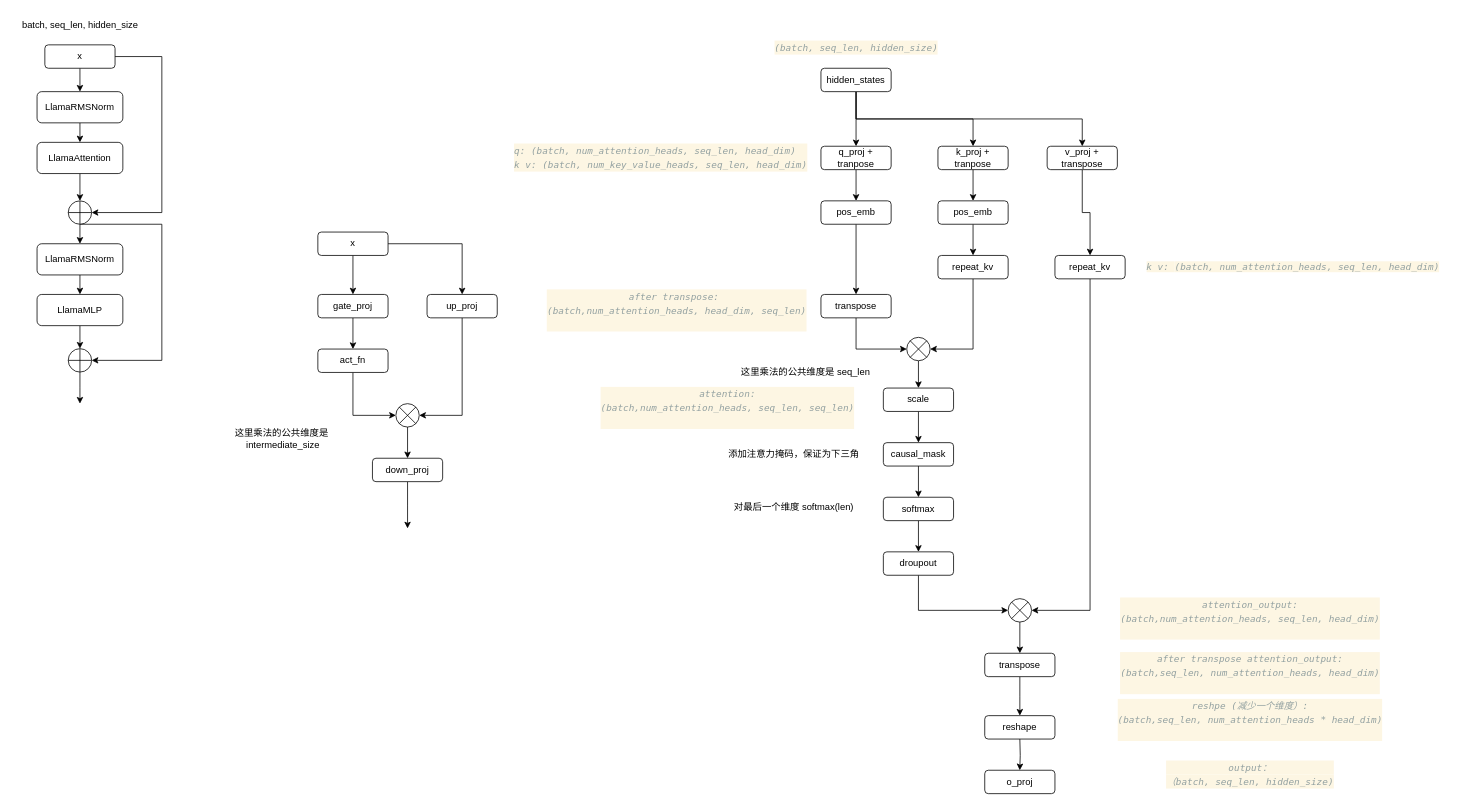
This is page "第 1 页" (1 of 2) of src/transformers/models/llama/llama-arch.drawio from wanakiki/transformers, a draw.io file, before an edit. Source tidied: cells renumbered, new cells numbered last; positions are measured from the earlier drawing's top-left corner, leaving out a move shared by most shapes. Both pictures are drawn from the tidied source at 78%, with x=0, y=0 at pixel (13, 13).
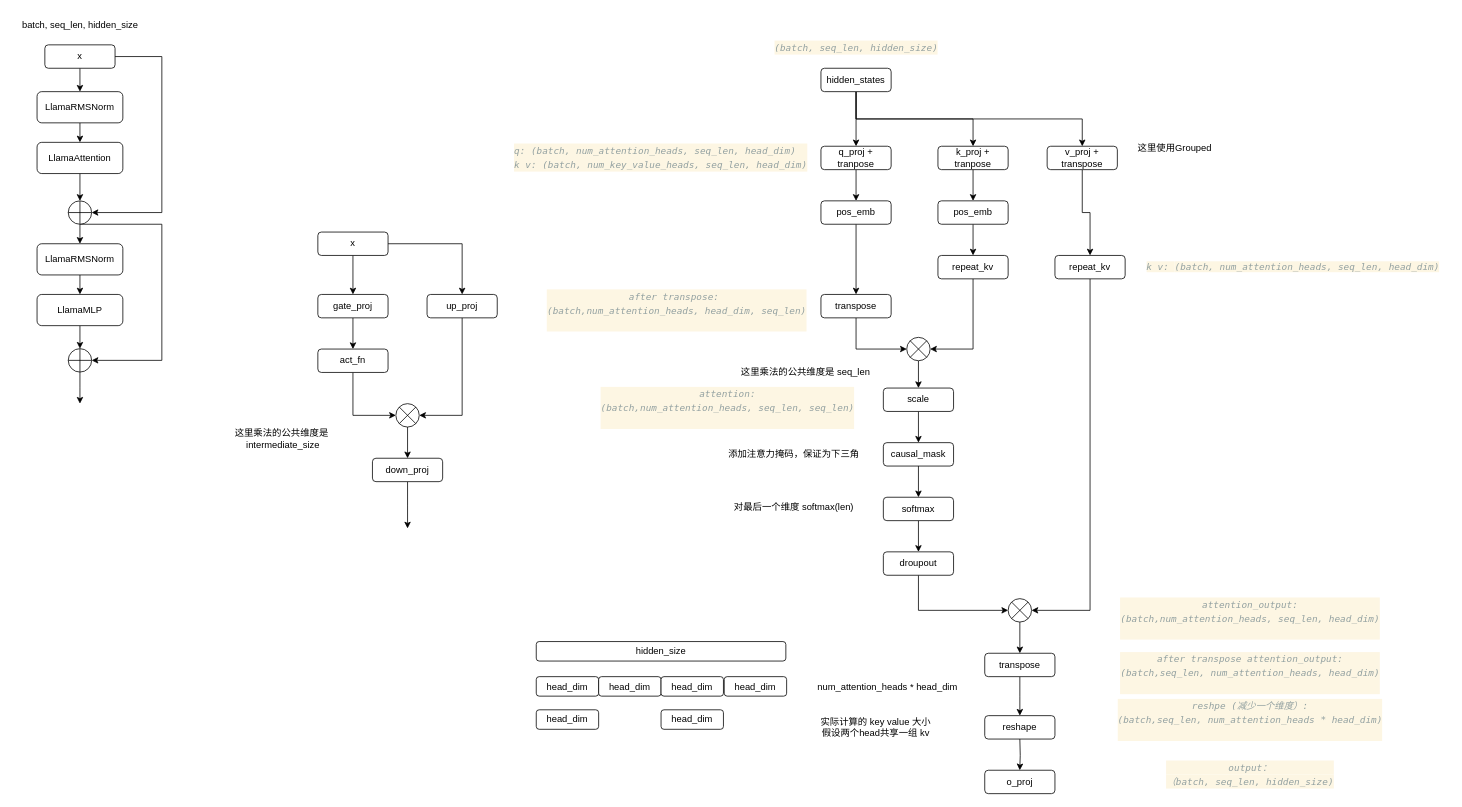
Above is the later version.

The edit, as a diff of the source:
```diff
@@
+    <mxCell id="82" value="这里使用Grouped&amp;nbsp;" style="text;html=1;align=center;verticalAlign=middle;strokeColor=none;fillColor=none;" parent="1" vertex="1">
+      <mxGeometry x="1430" y="158" width="120" height="30" as="geometry" />
+    </mxCell>
+    <mxCell id="83" value="hidden_size" style="rounded=1;whiteSpace=wrap;html=1;" parent="1" vertex="1">
+      <mxGeometry x="670" y="805" width="320" height="25" as="geometry" />
+    </mxCell>
+    <mxCell id="84" value="head_dim" style="rounded=1;whiteSpace=wrap;html=1;" parent="1" vertex="1">
+      <mxGeometry x="670" y="850" width="80" height="25" as="geometry" />
+    </mxCell>
+    <mxCell id="85" value="head_dim" style="rounded=1;whiteSpace=wrap;html=1;" parent="1" vertex="1">
+      <mxGeometry x="750" y="850" width="80" height="25" as="geometry" />
+    </mxCell>
+    <mxCell id="86" value="head_dim" style="rounded=1;whiteSpace=wrap;html=1;" parent="1" vertex="1">
+      <mxGeometry x="830" y="850" width="80" height="25" as="geometry" />
+    </mxCell>
+    <mxCell id="87" value="head_dim" style="rounded=1;whiteSpace=wrap;html=1;" parent="1" vertex="1">
+      <mxGeometry x="911" y="850" width="80" height="25" as="geometry" />
+    </mxCell>
+    <mxCell id="88" value="num_attention_heads * head_dim" style="text;html=1;align=center;verticalAlign=middle;strokeColor=none;fillColor=none;" parent="1" vertex="1">
+      <mxGeometry x="1020" y="847.5" width="200" height="30" as="geometry" />
+    </mxCell>
+    <mxCell id="89" value="head_dim" style="rounded=1;whiteSpace=wrap;html=1;" parent="1" vertex="1">
+      <mxGeometry x="670" y="892.5" width="80" height="25" as="geometry" />
+    </mxCell>
+    <mxCell id="90" value="head_dim" style="rounded=1;whiteSpace=wrap;html=1;" parent="1" vertex="1">
+      <mxGeometry x="830" y="892.5" width="80" height="25" as="geometry" />
+    </mxCell>
+    <mxCell id="91" value="实际计算的 key value 大小&lt;div&gt;假设两个head共享一组 kv&lt;/div&gt;" style="text;html=1;align=center;verticalAlign=middle;strokeColor=none;fillColor=none;" parent="1" vertex="1">
+      <mxGeometry x="1025" y="895" width="160" height="40" as="geometry" />
+    </mxCell>
```
